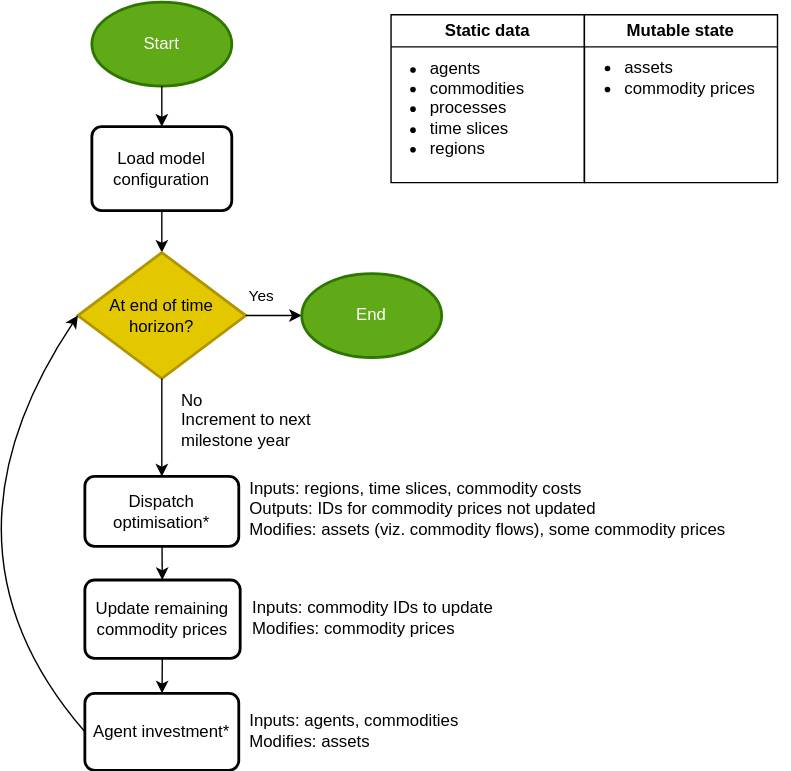
Earlier version of the draw.io export docs/images/model_overview.drawio.svg (EnergySystemsModellingLab/MUSE_2.0). Source tidied: cells renumbered, new cells last; positions are measured from the earlier drawing's top-left corner, leaving out a move shared by most shapes.
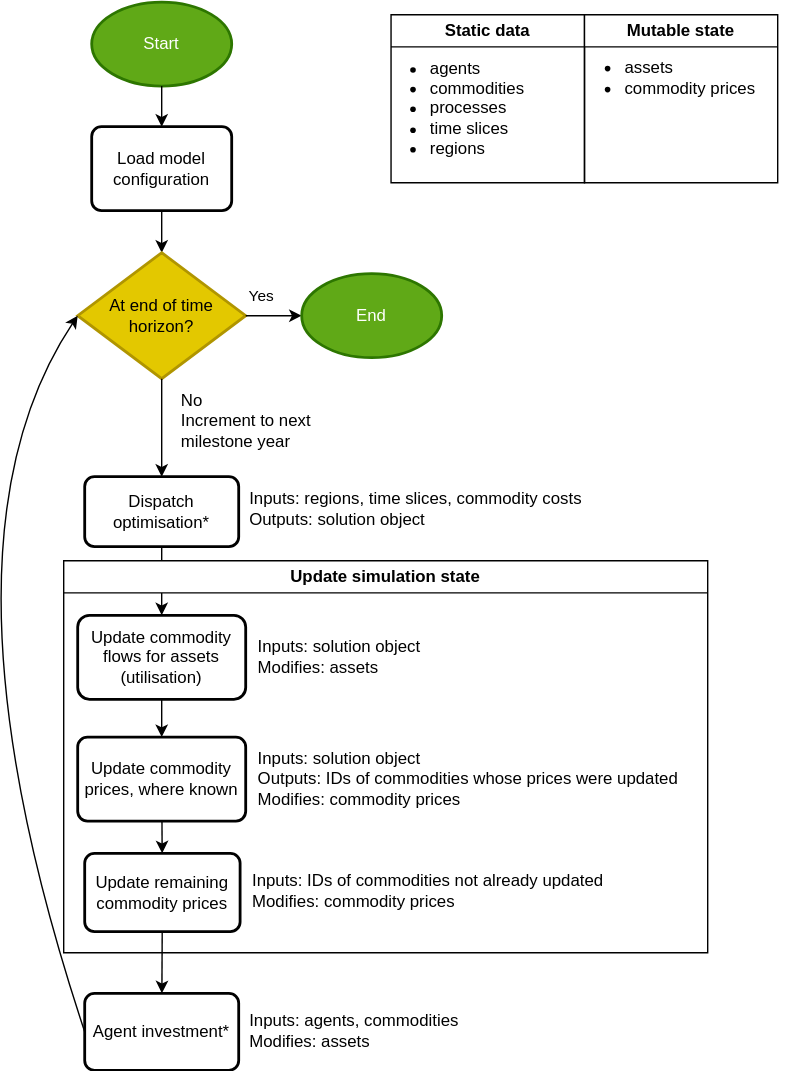
The same diagram one commit later.

Commit message:
Move steps for updating simulation state to model overview diagram

Change to the diagram source:
```diff
@@ -41,29 +41,29 @@
     <mxCell id="12" value="&lt;div style=&quot;text-align: left;&quot;&gt;&lt;span style=&quot;background-color: initial;&quot;&gt;No&lt;/span&gt;&lt;/div&gt;&lt;div style=&quot;text-align: left;&quot;&gt;&lt;span style=&quot;background-color: initial;&quot;&gt;Increment to next&lt;/span&gt;&lt;/div&gt;&lt;div style=&quot;text-align: left;&quot;&gt;&lt;span style=&quot;background-color: initial;&quot;&gt;milestone year&lt;/span&gt;&lt;/div&gt;" style="text;html=1;align=center;verticalAlign=middle;points=[];strokeColor=none;fillColor=none;" parent="1" vertex="1">
       <mxGeometry x="170" y="269" width="120" height="60" as="geometry" />
     </mxCell>
-    <mxCell id="13" style="edgeStyle=none;html=1;" parent="1" edge="1" source="14" target="17">
-      <mxGeometry relative="1" as="geometry" />
-    </mxCell>
+    <mxCell id="27" style="edgeStyle=none;html=1;" parent="1" edge="1" source="14" target="29">
+      <mxGeometry relative="1" as="geometry" />
+    </mxCell>
     <mxCell id="14" value="Dispatch optimisation*" style="rounded=1;whiteSpace=wrap;html=1;absoluteArcSize=1;arcSize=14;strokeWidth=2;" parent="1" vertex="1">
       <mxGeometry x="115" y="339" width="110" height="50" as="geometry" />
     </mxCell>
-    <mxCell id="15" value="Inputs: regions, time slices, commodity costs&lt;div&gt;Outputs: IDs for commodity prices not updated&lt;br&gt;&lt;div&gt;Modifies: assets (viz. commodity flows), some commodity prices&lt;br&gt;&lt;/div&gt;&lt;/div&gt;" style="text;html=1;align=left;verticalAlign=middle;strokeColor=none;fillColor=none;" parent="1" vertex="1">
-      <mxGeometry x="231" y="332" width="360" height="60" as="geometry" />
+    <mxCell id="15" value="Inputs: regions, time slices, commodity costs&lt;div&gt;Outputs:&lt;span style=&quot;background-color: initial;&quot;&gt;&amp;nbsp;solution object&lt;/span&gt;&lt;/div&gt;" style="text;html=1;align=left;verticalAlign=middle;strokeColor=none;fillColor=none;" parent="1" vertex="1">
+      <mxGeometry x="231" y="342" width="260" height="40" as="geometry" />
     </mxCell>
     <mxCell id="16" style="edgeStyle=none;html=1;" parent="1" edge="1" source="17" target="19">
       <mxGeometry relative="1" as="geometry" />
     </mxCell>
     <mxCell id="17" value="Update remaining commodity prices" style="rounded=1;whiteSpace=wrap;html=1;absoluteArcSize=1;arcSize=14;strokeWidth=2;" parent="1" vertex="1">
-      <mxGeometry x="115" y="413" width="111" height="56" as="geometry" />
+      <mxGeometry x="115" y="608" width="111" height="56" as="geometry" />
     </mxCell>
-    <mxCell id="18" value="Inputs: commodity IDs to update&lt;br&gt;Modifies: commodity prices" style="text;html=1;align=left;verticalAlign=middle;strokeColor=none;fillColor=none;" parent="1" vertex="1">
-      <mxGeometry x="233" y="420" width="200" height="40" as="geometry" />
+    <mxCell id="18" value="Inputs: IDs of commodities not already updated&lt;br&gt;Modifies: commodity prices" style="text;html=1;align=left;verticalAlign=middle;strokeColor=none;fillColor=none;" parent="1" vertex="1">
+      <mxGeometry x="233" y="615" width="270" height="40" as="geometry" />
     </mxCell>
     <mxCell id="19" value="Agent investment*" style="rounded=1;whiteSpace=wrap;html=1;absoluteArcSize=1;arcSize=14;strokeWidth=2;" parent="1" vertex="1">
-      <mxGeometry x="115" y="494" width="110" height="55" as="geometry" />
+      <mxGeometry x="115" y="708" width="110" height="55" as="geometry" />
     </mxCell>
     <mxCell id="20" value="Inputs: agents, commodities&lt;br&gt;Modifies: assets" style="text;html=1;align=left;verticalAlign=middle;strokeColor=none;fillColor=none;" parent="1" vertex="1">
-      <mxGeometry x="231" y="501" width="170" height="40" as="geometry" />
+      <mxGeometry x="231" y="715" width="170" height="40" as="geometry" />
     </mxCell>
     <mxCell id="21" style="curved=1;endArrow=classic;html=1;entryX=0;entryY=0.5;entryDx=0;entryDy=0;entryPerimeter=0;exitX=0;exitY=0.5;exitDx=0;exitDy=0;" parent="1" edge="1" source="19" target="6">
       <mxGeometry relative="1" as="geometry">
@@ -87,5 +87,26 @@
     <mxCell id="26" value="&lt;ul&gt;&lt;li&gt;assets&lt;/li&gt;&lt;li&gt;commodity prices&lt;/li&gt;&lt;/ul&gt;" style="text;html=1;align=left;verticalAlign=middle;strokeColor=none;fillColor=none;" parent="1" vertex="1">
       <mxGeometry x="459" y="19" width="160" height="70" as="geometry" />
     </mxCell>
+    <mxCell id="28" style="edgeStyle=none;html=1;" parent="1" edge="1" source="29" target="31">
+      <mxGeometry relative="1" as="geometry" />
+    </mxCell>
+    <mxCell id="29" value="Update commodity flows for assets (utilisation)" style="whiteSpace=wrap;html=1;rounded=1;arcSize=14;strokeWidth=2;" parent="1" vertex="1">
+      <mxGeometry x="110" y="438" width="120" height="60" as="geometry" />
+    </mxCell>
+    <mxCell id="30" style="edgeStyle=none;html=1;" parent="1" edge="1" source="31" target="17">
+      <mxGeometry relative="1" as="geometry" />
+    </mxCell>
+    <mxCell id="31" value="Update commodity prices, where known" style="rounded=1;whiteSpace=wrap;html=1;absoluteArcSize=1;arcSize=14;strokeWidth=2;" parent="1" vertex="1">
+      <mxGeometry x="110" y="525" width="120" height="60" as="geometry" />
+    </mxCell>
+    <mxCell id="32" value="Inputs: solution object&lt;br&gt;Modifies: assets" style="text;html=1;align=left;verticalAlign=middle;strokeColor=none;fillColor=none;" parent="1" vertex="1">
+      <mxGeometry x="237" y="448" width="140" height="40" as="geometry" />
+    </mxCell>
+    <mxCell id="33" value="Inputs: solution object&lt;br&gt;Outputs: IDs of commodities whose prices were updated&lt;br&gt;Modifies: commodity prices" style="text;html=1;align=left;verticalAlign=middle;strokeColor=none;fillColor=none;" parent="1" vertex="1">
+      <mxGeometry x="237" y="525" width="320" height="60" as="geometry" />
+    </mxCell>
+    <mxCell id="34" value="Update simulation state" style="swimlane;whiteSpace=wrap;html=1;" parent="1" vertex="1">
+      <mxGeometry x="100" y="399" width="460" height="280" as="geometry" />
+    </mxCell>
   </root>
 </mxGraphModel>
```
